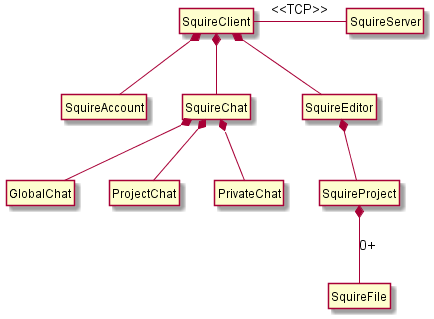
voxelv/sQuire_kw keeps this PlantUML diagram as hw3/client.png. Above is the earlier version. Source of this version:
```plantuml
@startuml
hide circle
hide empty members

class "SquireClient" as sq {

	}

class "SquireAccount" as ua {

	}

class "SquireChat" as sqc {

	}

class "SquireEditor" as sqe {

	}

class "SquireProject" as sqp {

	}
class "SquireFile" as sqf {

	}
class "GlobalChat" as gchat {

	}
class "ProjectChat" as pchat {

	}
class "PrivateChat" as fchat {

	}
class "SquireServer" as sqse

sqe *-- sqp
sqp *-- sqf  : 0+
sq *-- ua
sq *-- sqe
sq -right- sqse : <<TCP>>
sq *-- sqc
sqc *-- gchat
sqc *-- pchat
sqc *-- fchat


@enduml
```
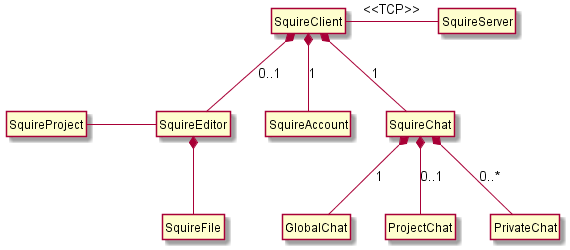
Above is the later version.

Commit message:
updated it to reflect whiteboard

The edit, as a diff of the source:
```diff
@@ -35,15 +35,18 @@
 	}
 class "SquireServer" as sqse
 
-sqe *-- sqp
-sqp *-- sqf  : 0+
-sq *-- ua
-sq *-- sqe
 sq -right- sqse : <<TCP>>
-sq *-- sqc
-sqc *-- gchat
-sqc *-- pchat
-sqc *-- fchat
+
+sq *-- ua : 1
+sq *-- sqc : 1
+sq *-- sqe : 0..1
+
+sqc *-- gchat : 1
+sqc *-- pchat : 0..1
+sqc *-- fchat : 0..*
+
+sqe *-- sqf
+sqe -left- sqp
 
 
 @enduml
```
